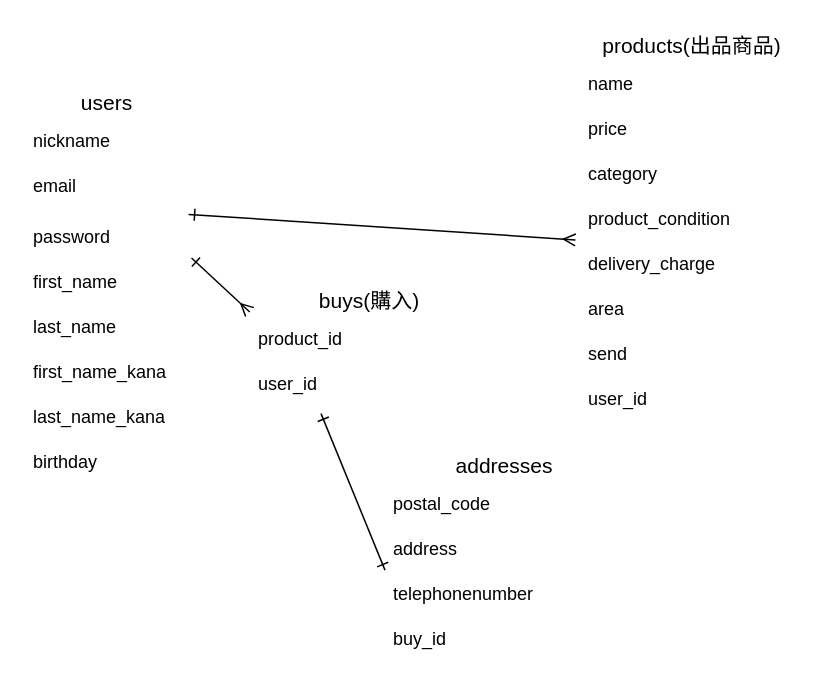
Before: furima-37953.dio in pyonkichimaru/furima-37953, a draw.io diagram. Source tidied: cells renumbered, new cells numbered last; positions are measured from the earlier drawing's top-left corner, leaving out a move shared by most shapes. Both pictures are drawn from the tidied source at 150%, with x=0, y=0 at pixel (24, 24).
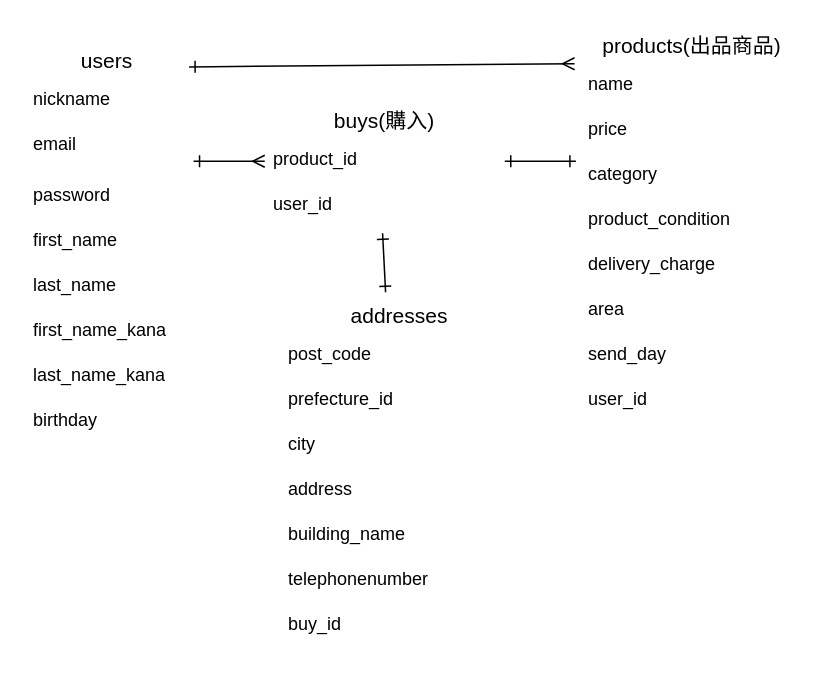
After the change.

Commit message (it also covers changes not shown here):
ER図とREADME再々々修正

The change refers to these unchanged cells:
```xml
<mxCell id="4" value="email" style="text;strokeColor=none;fillColor=none;spacingLeft=4;spacingRight=4;overflow=hidden;points=[[0,0.5],[1,0.5]];portConstraint=eastwest;fontSize=12;" parent="2" vertex="1">
  <mxGeometry y="56" width="110" height="34" as="geometry" />
</mxCell>
<mxCell id="5" value="password&#10;" style="text;strokeColor=none;fillColor=none;spacingLeft=4;spacingRight=4;overflow=hidden;points=[[0,0.5],[1,0.5]];portConstraint=eastwest;fontSize=12;verticalAlign=top;" parent="2" vertex="1">
  <mxGeometry y="90" width="110" height="30" as="geometry" />
</mxCell>
<mxCell id="6" value="first_name" style="text;strokeColor=none;fillColor=none;spacingLeft=4;spacingRight=4;overflow=hidden;points=[[0,0.5],[1,0.5]];portConstraint=eastwest;fontSize=12;verticalAlign=top;" parent="2" vertex="1">
  <mxGeometry y="120" width="110" height="30" as="geometry" />
</mxCell>
<mxCell id="11" value="products(出品商品)" style="swimlane;fontStyle=0;horizontal=1;startSize=26;align=center;fontSize=14;strokeColor=#FFFFFF;" parent="1" vertex="1">
  <mxGeometry x="370" width="150" height="266" as="geometry" />
</mxCell>
<mxCell id="12" value="name" style="text;strokeColor=none;fillColor=none;spacingLeft=4;spacingRight=4;overflow=hidden;points=[[0,0.5],[1,0.5]];portConstraint=eastwest;fontSize=12;" parent="11" vertex="1">
  <mxGeometry y="26" width="150" height="30" as="geometry" />
</mxCell>
<mxCell id="14" value="category" style="text;strokeColor=none;fillColor=none;spacingLeft=4;spacingRight=4;overflow=hidden;points=[[0,0.5],[1,0.5]];portConstraint=eastwest;fontSize=12;" parent="11" vertex="1">
  <mxGeometry y="86" width="150" height="30" as="geometry" />
</mxCell>
<mxCell id="15" value="product_condition" style="text;strokeColor=none;fillColor=none;spacingLeft=4;spacingRight=4;overflow=hidden;points=[[0,0.5],[1,0.5]];portConstraint=eastwest;fontSize=12;" parent="11" vertex="1">
  <mxGeometry y="116" width="150" height="30" as="geometry" />
</mxCell>
<mxCell id="21" value="product_id" style="text;strokeColor=none;fillColor=none;spacingLeft=4;spacingRight=4;overflow=hidden;points=[[0,0.5],[1,0.5]];portConstraint=eastwest;fontSize=12;" parent="20" vertex="1">
  <mxGeometry y="26" width="160" height="30" as="geometry" />
</mxCell>
<mxCell id="22" value="user_id" style="text;strokeColor=none;fillColor=none;spacingLeft=4;spacingRight=4;overflow=hidden;points=[[0,0.5],[1,0.5]];portConstraint=eastwest;fontSize=12;" parent="20" vertex="1">
  <mxGeometry y="56" width="160" height="30" as="geometry" />
</mxCell>
```

The edit, as a diff of the source:
```diff
@@
     <mxCell id="2" value="users" style="swimlane;fontStyle=0;horizontal=1;startSize=26;align=center;fontSize=14;strokeColor=#FFFFFF;" parent="1" vertex="1">
-      <mxGeometry y="38" width="110" height="270" as="geometry" />
+      <mxGeometry y="10" width="110" height="270" as="geometry" />
     </mxCell>
@@
-    <mxCell id="18" value="send" style="text;strokeColor=none;fillColor=none;spacingLeft=4;spacingRight=4;overflow=hidden;fontSize=12;" parent="11" vertex="1">
+    <mxCell id="18" value="send_day" style="text;strokeColor=none;fillColor=none;spacingLeft=4;spacingRight=4;overflow=hidden;fontSize=12;" parent="11" vertex="1">
       <mxGeometry y="206" width="150" height="30" as="geometry" />
     </mxCell>
@@
     <mxCell id="20" value="buys(購入)" style="swimlane;fontStyle=0;horizontal=1;startSize=26;align=center;fontSize=14;strokeColor=#FFFFFF;" parent="1" vertex="1">
-      <mxGeometry x="150" y="170" width="160" height="86" as="geometry" />
+      <mxGeometry x="160" y="50" width="160" height="86" as="geometry" />
     </mxCell>
@@
     <mxCell id="23" value="addresses" style="swimlane;fontStyle=0;horizontal=1;startSize=26;align=center;fontSize=14;strokeColor=#FFFFFF;" parent="1" vertex="1">
-      <mxGeometry x="240" y="280" width="160" height="146" as="geometry" />
+      <mxGeometry x="170" y="180" width="160" height="236" as="geometry" />
     </mxCell>
-    <mxCell id="24" value="postal_code" style="text;strokeColor=none;fillColor=none;spacingLeft=4;spacingRight=4;overflow=hidden;fontSize=12;" parent="23" vertex="1">
+    <mxCell id="24" value="post_code" style="text;strokeColor=none;fillColor=none;spacingLeft=4;spacingRight=4;overflow=hidden;fontSize=12;" parent="23" vertex="1">
       <mxGeometry y="26" width="160" height="30" as="geometry" />
     </mxCell>
+    <mxCell id="31" value="prefecture_id" style="text;strokeColor=none;fillColor=none;spacingLeft=4;spacingRight=4;overflow=hidden;fontSize=12;" parent="23" vertex="1">
+      <mxGeometry y="56" width="160" height="30" as="geometry" />
+    </mxCell>
+    <mxCell id="32" value="city" style="text;strokeColor=none;fillColor=none;spacingLeft=4;spacingRight=4;overflow=hidden;fontSize=12;" parent="23" vertex="1">
+      <mxGeometry y="86" width="160" height="30" as="geometry" />
+    </mxCell>
     <mxCell id="25" value="address" style="text;strokeColor=none;fillColor=none;spacingLeft=4;spacingRight=4;overflow=hidden;fontSize=12;" parent="23" vertex="1">
-      <mxGeometry y="56" width="160" height="30" as="geometry" />
+      <mxGeometry y="116" width="160" height="30" as="geometry" />
     </mxCell>
+    <mxCell id="33" value="building_name" style="text;strokeColor=none;fillColor=none;spacingLeft=4;spacingRight=4;overflow=hidden;fontSize=12;" parent="23" vertex="1">
+      <mxGeometry y="146" width="160" height="30" as="geometry" />
+    </mxCell>
     <mxCell id="26" value="telephonenumber" style="text;strokeColor=none;fillColor=none;spacingLeft=4;spacingRight=4;overflow=hidden;points=[[0,0.5],[1,0.5]];portConstraint=eastwest;fontSize=12;" parent="23" vertex="1">
-      <mxGeometry y="86" width="160" height="30" as="geometry" />
+      <mxGeometry y="176" width="160" height="30" as="geometry" />
     </mxCell>
     <mxCell id="27" value="buy_id" style="text;strokeColor=none;fillColor=none;spacingLeft=4;spacingRight=4;overflow=hidden;fontSize=12;" parent="23" vertex="1">
-      <mxGeometry y="116" width="160" height="30" as="geometry" />
+      <mxGeometry y="206" width="160" height="30" as="geometry" />
     </mxCell>
-    <mxCell id="28" style="edgeStyle=none;html=1;exitX=0.001;exitY=-0.081;exitDx=0;exitDy=0;startArrow=ERone;startFill=0;endArrow=ERone;endFill=0;exitPerimeter=0;entryX=0.297;entryY=1.109;entryDx=0;entryDy=0;entryPerimeter=0;" parent="1" edge="1" source="26" target="22">
+    <mxCell id="28" style="edgeStyle=none;html=1;exitX=0.441;exitY=-0.007;exitDx=0;exitDy=0;startArrow=ERone;startFill=0;endArrow=ERone;endFill=0;exitPerimeter=0;entryX=0.491;entryY=1.1;entryDx=0;entryDy=0;entryPerimeter=0;" parent="1" edge="1" source="23" target="22">
       <mxGeometry relative="1" as="geometry" />
     </mxCell>
-    <mxCell id="29" style="edgeStyle=none;html=1;exitX=0.993;exitY=-0.052;exitDx=0;exitDy=0;startArrow=ERone;startFill=0;endArrow=ERmany;endFill=0;entryX=-0.019;entryY=0.915;entryDx=0;entryDy=0;exitPerimeter=0;entryPerimeter=0;" parent="1" edge="1" source="5" target="15">
+    <mxCell id="29" style="edgeStyle=none;html=1;exitX=0.996;exitY=0.067;exitDx=0;exitDy=0;startArrow=ERone;startFill=0;endArrow=ERmany;endFill=0;entryX=-0.023;entryY=0;entryDx=0;entryDy=0;exitPerimeter=0;entryPerimeter=0;" parent="1" edge="1" source="2" target="12">
       <mxGeometry relative="1" as="geometry" />
     </mxCell>
-    <mxCell id="30" style="edgeStyle=none;html=1;exitX=1.011;exitY=-0.085;exitDx=0;exitDy=0;entryX=0;entryY=0.25;entryDx=0;entryDy=0;startArrow=ERone;startFill=0;endArrow=ERmany;endFill=0;exitPerimeter=0;" parent="1" edge="1" source="6" target="20">
+    <mxCell id="30" style="edgeStyle=none;html=1;exitX=1.023;exitY=0.735;exitDx=0;exitDy=0;entryX=0;entryY=0.5;entryDx=0;entryDy=0;startArrow=ERone;startFill=0;endArrow=ERmany;endFill=0;exitPerimeter=0;" parent="1" edge="1" source="4" target="21">
       <mxGeometry relative="1" as="geometry" />
     </mxCell>
+    <mxCell id="34" style="edgeStyle=none;html=1;exitX=1;exitY=0.5;exitDx=0;exitDy=0;entryX=-0.017;entryY=0.167;entryDx=0;entryDy=0;entryPerimeter=0;startArrow=ERone;startFill=0;endArrow=ERone;endFill=0;" parent="1" edge="1" source="21" target="14">
+      <mxGeometry relative="1" as="geometry" />
+    </mxCell>
```
